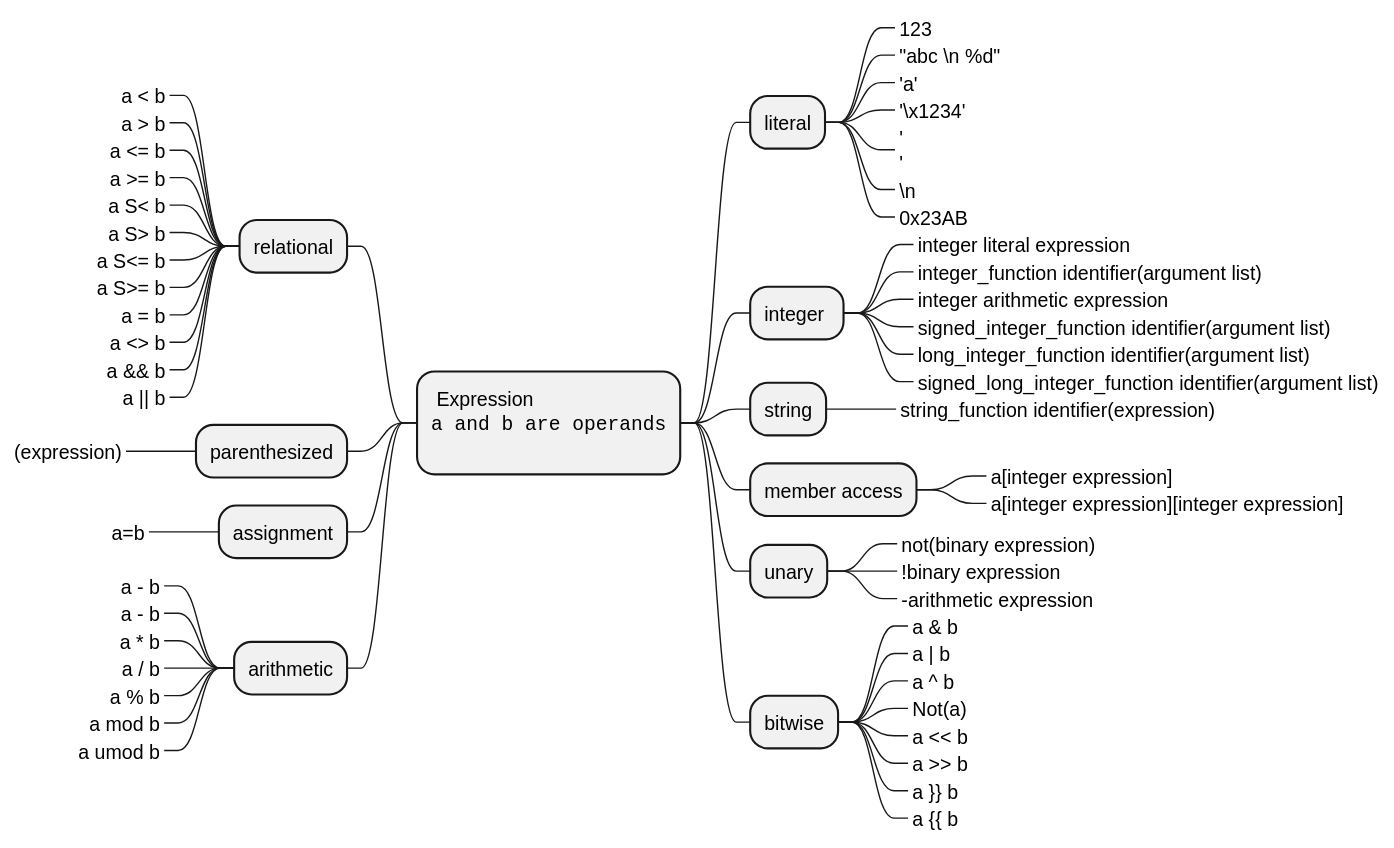
Above: csharp-syntax-mindmap/expressions.svg in alvaroyurrita/vscode-crestron-splus (PlantUML), before the change. The source it was exported from:
```plantuml
@startmindmap
*: Expression
<code>
a and b are operands
</code>
;
++ literal
+++_ 123
+++_ "abc \\n %d"
+++_ 'a'
+++_ '\x1234'
+++_ '\n'
+++_ \\n
+++_ 0x23AB
++ integer
+++_ integer literal expression
+++_ integer_function identifier(argument list)
+++_ integer arithmetic expression
+++_ signed_integer_function identifier(argument list)
+++_ long_integer_function identifier(argument list)
+++_ signed_long_integer_function identifier(argument list)
++ string
+++_ string_function identifier(expression)
++ member access
+++_ a[integer expression]
+++_ a[integer expression][integer expression]
++ unary
+++_ not(binary expression)
+++_ !binary expression
+++_ -arithmetic expression
++ bitwise
+++_ a & b
+++_ a | b
+++_ a ^ b
+++_ Not(a)
+++_ a << b
+++_ a >> b
+++_ a }} b
+++_ a {{ b
-- relational
---_ a < b
---_ a > b
---_ a <= b
---_ a >= b
---_ a S< b
---_ a S> b
---_ a S<= b
---_ a S>= b
---_ a = b
---_ a <> b
---_ a && b
---_ a || b
-- parenthesized
---_ (expression)
-- assignment
---_ a=b
-- arithmetic
---_ a - b
---_ a - b
---_ a * b
---_ a / b
---_ a % b
---_ a mod b
---_ a umod b
@endmindmap
```
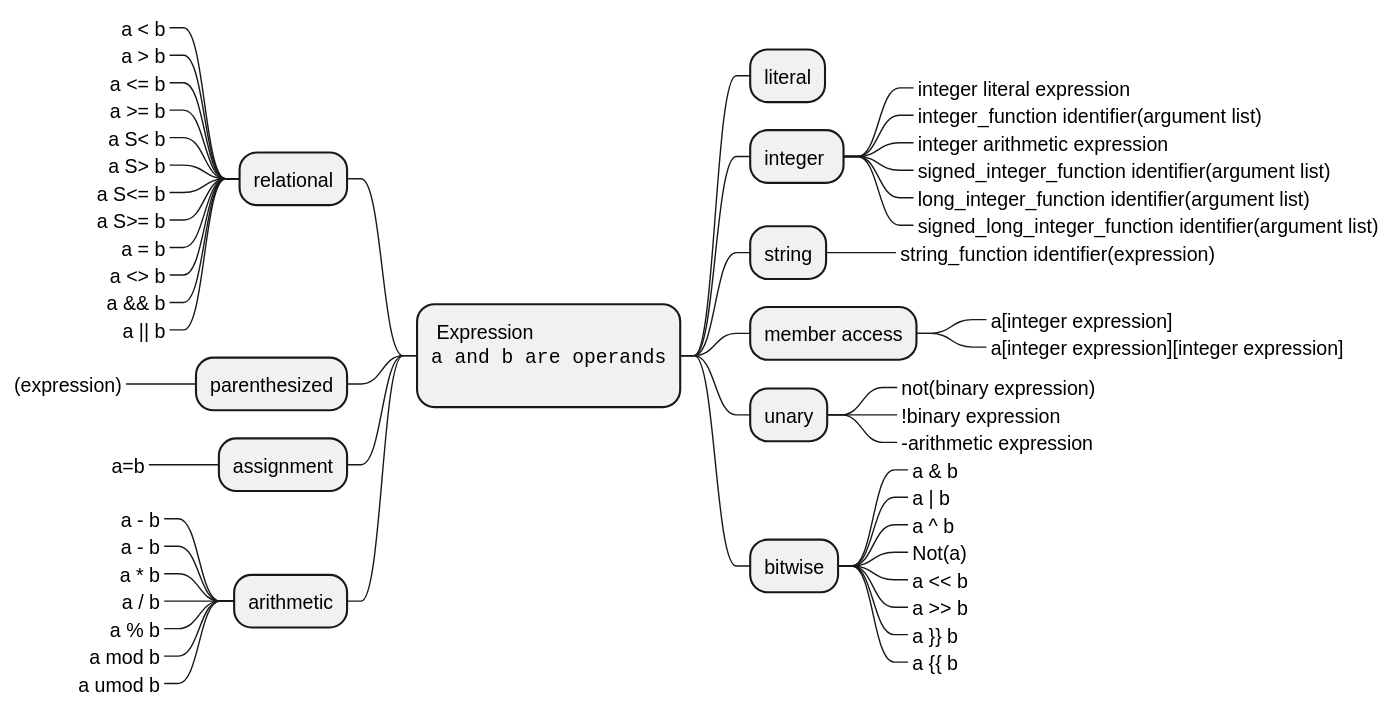
Above is the later version.

What changed in the source:
```diff
@@ -5,13 +5,6 @@
 </code>
 ;
 ++ literal
-+++_ 123
-+++_ "abc \\n %d"
-+++_ 'a'
-+++_ '\x1234'
-+++_ '\n'
-+++_ \\n
-+++_ 0x23AB
 ++ integer
 +++_ integer literal expression
 +++_ integer_function identifier(argument list)
```
